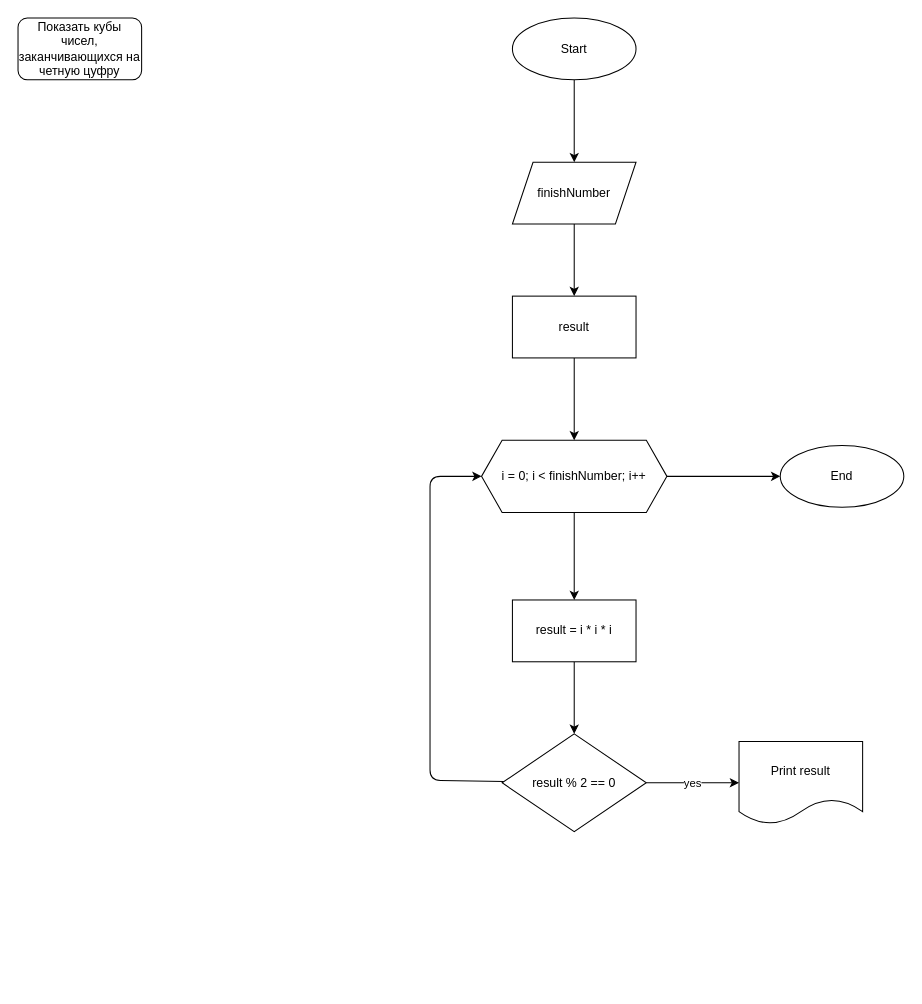
Above: Task30CubesOfNumbersEndingInAnEvenNumber/flowchart.drawio in Fostix/LoLTasks (draw.io), before the change. Source tidied: cells renumbered, new cells numbered last; positions are measured from the earlier drawing's top-left corner, leaving out a move shared by most shapes. Both pictures are drawn from the tidied source at 103%, with x=0, y=0 at pixel (18, 18).
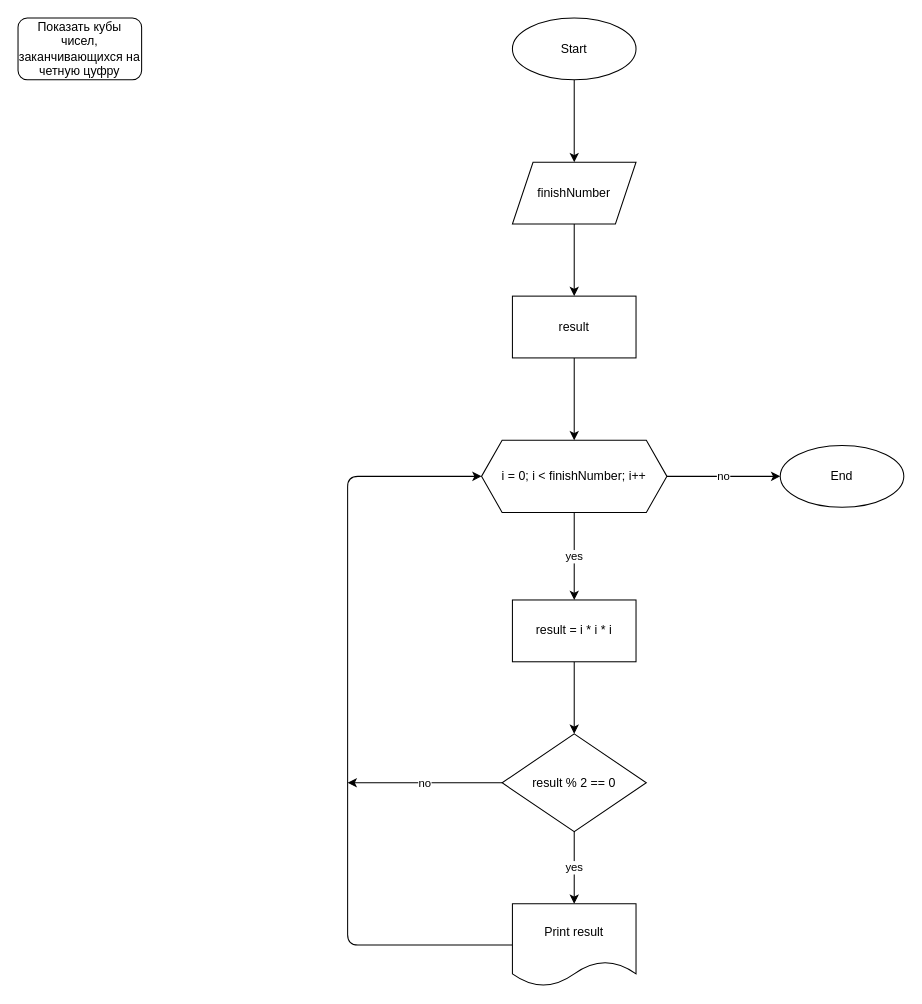
The same page after the edit.

Commit message (it also covers changes not shown here):
corrected several errors in flowchart

The change refers to these unchanged cells:
```xml
<mxCell id="9" value="i = 0; i &amp;lt; finishNumber; i++" style="shape=hexagon;perimeter=hexagonPerimeter2;whiteSpace=wrap;html=1;fixedSize=1;" parent="1" vertex="1">
  <mxGeometry x="450" y="410" width="180" height="70" as="geometry" />
</mxCell>
<mxCell id="11" value="result = i * i * i" style="whiteSpace=wrap;html=1;" parent="1" vertex="1">
  <mxGeometry x="480" y="565" width="120" height="60" as="geometry" />
</mxCell>
<mxCell id="16" value="result % 2 == 0" style="rhombus;whiteSpace=wrap;html=1;" parent="1" vertex="1">
  <mxGeometry x="470" y="695" width="140" height="95" as="geometry" />
</mxCell>
<mxCell id="18" value="End" style="ellipse;whiteSpace=wrap;html=1;" parent="1" vertex="1">
  <mxGeometry x="740" y="415" width="120" height="60" as="geometry" />
</mxCell>
```

Change to the diagram source:
```diff
@@
-    <mxCell id="7" style="edgeStyle=none;html=1;" parent="1" edge="1" source="9" target="11">
+    <mxCell id="7" value="yes" style="edgeStyle=none;html=1;" parent="1" edge="1" source="9" target="11">
       <mxGeometry relative="1" as="geometry" />
     </mxCell>
-    <mxCell id="8" style="edgeStyle=none;html=1;" parent="1" edge="1" source="9" target="18">
+    <mxCell id="8" value="no" style="edgeStyle=none;html=1;" parent="1" edge="1" source="9" target="18">
       <mxGeometry relative="1" as="geometry" />
     </mxCell>
@@
-    <mxCell id="15" style="edgeStyle=none;html=1;entryX=0;entryY=0.5;entryDx=0;entryDy=0;" parent="1" edge="1" source="16" target="9">
-      <mxGeometry relative="1" as="geometry">
-        <Array as="points">
-          <mxPoint x="400" y="740" />
-          <mxPoint x="400" y="445" />
-        </Array>
-      </mxGeometry>
-    </mxCell>
+    <mxCell id="19" value="no" style="edgeStyle=none;html=1;" parent="1" edge="1" source="16">
+      <mxGeometry relative="1" as="geometry">
+        <mxPoint x="320" y="742.5" as="targetPoint" />
+      </mxGeometry>
+    </mxCell>
@@
+    <mxCell id="20" style="edgeStyle=none;html=1;entryX=0;entryY=0.5;entryDx=0;entryDy=0;" parent="1" edge="1" source="17" target="9">
+      <mxGeometry relative="1" as="geometry">
+        <Array as="points">
+          <mxPoint x="320" y="900" />
+          <mxPoint x="320" y="445" />
+        </Array>
+      </mxGeometry>
+    </mxCell>
     <mxCell id="17" value="Print result" style="shape=document;whiteSpace=wrap;html=1;boundedLbl=1;" parent="1" vertex="1">
-      <mxGeometry x="700" y="702.5" width="120" height="80" as="geometry" />
+      <mxGeometry x="480" y="860" width="120" height="80" as="geometry" />
     </mxCell>
```
